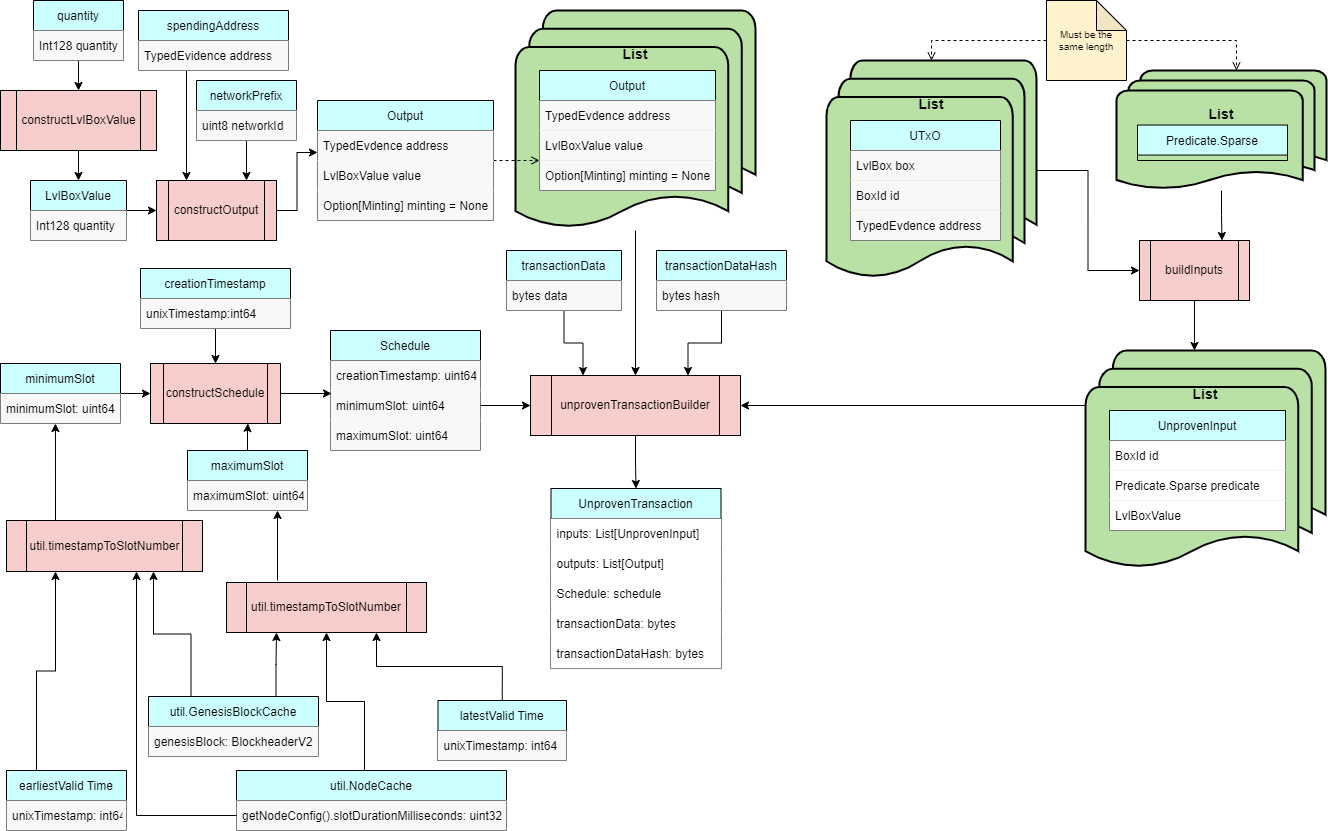
The draw.io diagram docs/Modules/NativeTransactor/transaction_builder.drawio.png in Topl/BramblSc-docs, before a commit. Source tidied: cells renumbered, new cells last; positions are measured from the earlier drawing's top-left corner, leaving out a move shared by most shapes.
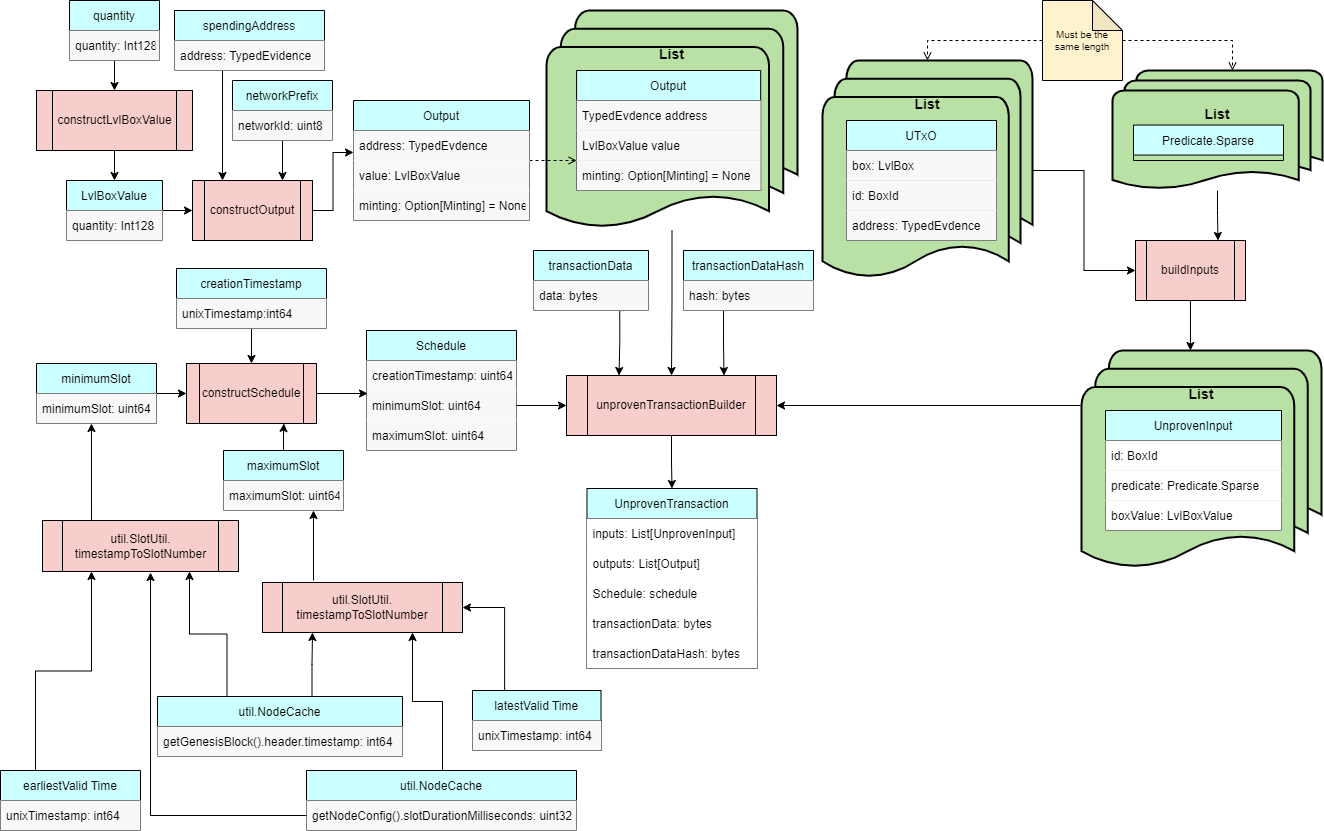
Later version of the same file.

Commit message:
slot number to timestamp

Change to the diagram source:
```diff
@@ -59,3 +59,3 @@
     <mxCell id="20" style="group;" parent="1" vertex="1">
-      <mxGeometry x="826" y="60" width="210" height="220" as="geometry" />
+      <mxGeometry x="786" y="60" width="210" height="220" as="geometry" />
     </mxCell>
@@ -67,9 +67,9 @@
     </mxCell>
-    <mxCell id="23" value="LvlBox box" style="text;strokeColor=none;fillColor=#F8F8F8;align=left;verticalAlign=middle;spacingLeft=4;spacingRight=4;overflow=hidden;" parent="22" vertex="1">
+    <mxCell id="23" value="box: LvlBox" style="text;strokeColor=none;fillColor=#F8F8F8;align=left;verticalAlign=middle;spacingLeft=4;spacingRight=4;overflow=hidden;" parent="22" vertex="1">
       <mxGeometry y="30" width="150" height="30" as="geometry" />
     </mxCell>
-    <mxCell id="24" value="BoxId id" style="text;strokeColor=none;fillColor=#F8F8F8;align=left;verticalAlign=middle;spacingLeft=4;spacingRight=4;overflow=hidden;" parent="22" vertex="1">
+    <mxCell id="24" value="id: BoxId" style="text;strokeColor=none;fillColor=#F8F8F8;align=left;verticalAlign=middle;spacingLeft=4;spacingRight=4;overflow=hidden;" parent="22" vertex="1">
       <mxGeometry y="60" width="150" height="30" as="geometry" />
     </mxCell>
-    <mxCell id="25" value="TypedEvdence address" style="text;strokeColor=none;fillColor=#F8F8F8;align=left;verticalAlign=middle;spacingLeft=4;spacingRight=4;overflow=hidden;" parent="22" vertex="1">
+    <mxCell id="25" value="address: TypedEvdence" style="text;strokeColor=none;fillColor=#F8F8F8;align=left;verticalAlign=middle;spacingLeft=4;spacingRight=4;overflow=hidden;" parent="22" vertex="1">
       <mxGeometry y="90" width="150" height="30" as="geometry" />
@@ -77,18 +77,18 @@
     <mxCell id="26" style="group;" parent="1" vertex="1">
-      <mxGeometry x="515" y="10" width="240" height="220" as="geometry" />
+      <mxGeometry x="515" y="10" width="251" height="220" as="geometry" />
     </mxCell>
     <mxCell id="27" value="&lt;font style=&quot;&quot;&gt;&lt;font style=&quot;font-size: 10px;&quot;&gt;&lt;br&gt;&lt;/font&gt;&lt;br&gt;&lt;/font&gt;&lt;font style=&quot;font-size: 14px;&quot;&gt;&lt;b&gt;List&lt;/b&gt;&lt;/font&gt;" style="strokeWidth=2;html=1;shape=mxgraph.flowchart.multi-document;whiteSpace=wrap;fillColor=#B9E0A5;verticalAlign=top;" parent="26" vertex="1">
-      <mxGeometry width="240" height="220" as="geometry" />
+      <mxGeometry x="-5" width="251" height="220" as="geometry" />
     </mxCell>
     <mxCell id="28" value="Output" style="swimlane;fontStyle=0;horizontal=1;startSize=30;fillColor=#CCFFFF;" parent="26" vertex="1">
-      <mxGeometry x="24" y="60" width="176" height="120" as="geometry" />
+      <mxGeometry x="25.1" y="60" width="184.1" height="120" as="geometry" />
     </mxCell>
     <mxCell id="29" value="TypedEvdence address" style="text;strokeColor=none;fillColor=#F8F8F8;align=left;verticalAlign=middle;spacingLeft=4;spacingRight=4;overflow=hidden;" parent="28" vertex="1">
-      <mxGeometry y="30" width="176" height="30" as="geometry" />
+      <mxGeometry y="30" width="184.1" height="30" as="geometry" />
     </mxCell>
     <mxCell id="30" value="LvlBoxValue value" style="text;strokeColor=none;fillColor=#F8F8F8;align=left;verticalAlign=middle;spacingLeft=4;spacingRight=4;overflow=hidden;" parent="28" vertex="1">
-      <mxGeometry y="60" width="176" height="30" as="geometry" />
+      <mxGeometry y="60" width="184.1" height="30" as="geometry" />
     </mxCell>
-    <mxCell id="31" value="Option[Minting] minting = None" style="text;strokeColor=none;fillColor=#F8F8F8;align=left;verticalAlign=middle;spacingLeft=4;spacingRight=4;overflow=hidden;" parent="28" vertex="1">
-      <mxGeometry y="90" width="176" height="30" as="geometry" />
+    <mxCell id="31" value="minting: Option[Minting] = None" style="text;strokeColor=none;fillColor=#F8F8F8;align=left;verticalAlign=middle;spacingLeft=4;spacingRight=4;overflow=hidden;" parent="28" vertex="1">
+      <mxGeometry y="90" width="184.1" height="30" as="geometry" />
     </mxCell>
@@ -103,3 +103,3 @@
     </mxCell>
-    <mxCell id="35" value="Int128 quantity" style="text;strokeColor=none;fillColor=#F8F8F8;align=left;verticalAlign=middle;spacingLeft=4;spacingRight=4;overflow=hidden;" parent="34" vertex="1">
+    <mxCell id="35" value="quantity: Int128" style="text;strokeColor=none;fillColor=#F8F8F8;align=left;verticalAlign=middle;spacingLeft=4;spacingRight=4;overflow=hidden;" parent="34" vertex="1">
       <mxGeometry y="30" width="90" height="30" as="geometry" />
@@ -118,3 +118,3 @@
     </mxCell>
-    <mxCell id="40" value="Int128 quantity" style="text;strokeColor=none;fillColor=#F8F8F8;align=left;verticalAlign=middle;spacingLeft=4;spacingRight=4;overflow=hidden;" parent="39" vertex="1">
+    <mxCell id="40" value="quantity: Int128" style="text;strokeColor=none;fillColor=#F8F8F8;align=left;verticalAlign=middle;spacingLeft=4;spacingRight=4;overflow=hidden;" parent="39" vertex="1">
       <mxGeometry y="30" width="96" height="30" as="geometry" />
@@ -133,3 +133,3 @@
     </mxCell>
-    <mxCell id="45" value="TypedEvidence address" style="text;strokeColor=none;fillColor=#F8F8F8;align=left;verticalAlign=middle;spacingLeft=4;spacingRight=4;overflow=hidden;points=[[0,0.5],[1,0.5]];portConstraint=eastwest;" parent="44" vertex="1">
+    <mxCell id="45" value="address: TypedEvidence" style="text;strokeColor=none;fillColor=#F8F8F8;align=left;verticalAlign=middle;spacingLeft=4;spacingRight=4;overflow=hidden;points=[[0,0.5],[1,0.5]];portConstraint=eastwest;" parent="44" vertex="1">
       <mxGeometry y="30" width="150" height="30" as="geometry" />
@@ -142,3 +142,3 @@
     </mxCell>
-    <mxCell id="48" value="uint8 networkId" style="text;strokeColor=none;fillColor=#F8F8F8;align=left;verticalAlign=middle;spacingLeft=4;spacingRight=4;overflow=hidden;" parent="47" vertex="1">
+    <mxCell id="48" value="networkId: uint8" style="text;strokeColor=none;fillColor=#F8F8F8;align=left;verticalAlign=middle;spacingLeft=4;spacingRight=4;overflow=hidden;" parent="47" vertex="1">
       <mxGeometry y="30" width="100" height="30" as="geometry" />
@@ -151,9 +151,9 @@
     </mxCell>
-    <mxCell id="51" value="TypedEvdence address" style="text;strokeColor=none;fillColor=#F8F8F8;align=left;verticalAlign=middle;spacingLeft=4;spacingRight=4;overflow=hidden;points=[[0,0.5],[1,0.5]];portConstraint=eastwest;" parent="50" vertex="1">
+    <mxCell id="51" value="address: TypedEvdence" style="text;strokeColor=none;fillColor=#F8F8F8;align=left;verticalAlign=middle;spacingLeft=4;spacingRight=4;overflow=hidden;points=[[0,0.5],[1,0.5]];portConstraint=eastwest;" parent="50" vertex="1">
       <mxGeometry y="30" width="176" height="30" as="geometry" />
     </mxCell>
-    <mxCell id="52" value="LvlBoxValue value" style="text;strokeColor=none;fillColor=#F8F8F8;align=left;verticalAlign=middle;spacingLeft=4;spacingRight=4;overflow=hidden;" parent="50" vertex="1">
+    <mxCell id="52" value="value: LvlBoxValue" style="text;strokeColor=none;fillColor=#F8F8F8;align=left;verticalAlign=middle;spacingLeft=4;spacingRight=4;overflow=hidden;" parent="50" vertex="1">
       <mxGeometry y="60" width="176" height="30" as="geometry" />
     </mxCell>
-    <mxCell id="53" value="Option[Minting] minting = None" style="text;strokeColor=none;fillColor=#F8F8F8;align=left;verticalAlign=middle;spacingLeft=4;spacingRight=4;overflow=hidden;" parent="50" vertex="1">
+    <mxCell id="53" value="minting: Option[Minting] = None" style="text;strokeColor=none;fillColor=#F8F8F8;align=left;verticalAlign=middle;spacingLeft=4;spacingRight=4;overflow=hidden;" parent="50" vertex="1">
       <mxGeometry y="90" width="176" height="30" as="geometry" />
@@ -164,3 +164,3 @@
     <mxCell id="55" value="&lt;font style=&quot;&quot;&gt;&lt;font style=&quot;font-size: 10px;&quot;&gt;&lt;br&gt;&lt;/font&gt;&lt;br&gt;&lt;/font&gt;&lt;font style=&quot;font-size: 14px;&quot;&gt;&lt;b&gt;List&lt;/b&gt;&lt;/font&gt;" style="strokeWidth=2;html=1;shape=mxgraph.flowchart.multi-document;whiteSpace=wrap;fillColor=#B9E0A5;verticalAlign=top;" parent="1" vertex="1">
-      <mxGeometry x="1116" y="70" width="210" height="120" as="geometry" />
+      <mxGeometry x="1076" y="70" width="210" height="120" as="geometry" />
     </mxCell>
@@ -171,5 +171,5 @@
       <mxGeometry relative="1" as="geometry">
-        <mxPoint x="1236" y="70" as="targetPoint" />
+        <mxPoint x="1196" y="70" as="targetPoint" />
         <Array as="points">
-          <mxPoint x="1236" y="40" />
+          <mxPoint x="1196" y="40" />
         </Array>
@@ -178,6 +178,6 @@
     <mxCell id="58" value="Must be the same length" style="shape=note;whiteSpace=wrap;html=1;backgroundOutline=1;darkOpacity=0.05;fontSize=10;fillColor=#FFF2CC;" parent="1" vertex="1">
-      <mxGeometry x="1046" width="80" height="80" as="geometry" />
+      <mxGeometry x="1006" width="80" height="80" as="geometry" />
     </mxCell>
     <mxCell id="59" style="group;" parent="1" vertex="1">
-      <mxGeometry x="1086" y="70" width="210" height="150" as="geometry" />
+      <mxGeometry x="1046" y="70" width="210" height="150" as="geometry" />
     </mxCell>
@@ -190,3 +190,3 @@
     <mxCell id="62" value="buildInputs" style="shape=process;whiteSpace=wrap;html=1;backgroundOutline=1;fillColor=#F8CECC;" parent="1" vertex="1">
-      <mxGeometry x="1139" y="240" width="110" height="60" as="geometry" />
+      <mxGeometry x="1099" y="240" width="110" height="60" as="geometry" />
     </mxCell>
@@ -196,3 +196,3 @@
     <mxCell id="64" style="group;" parent="1" vertex="1">
-      <mxGeometry x="1085" y="350" width="240" height="220" as="geometry" />
+      <mxGeometry x="1045" y="350" width="240" height="220" as="geometry" />
     </mxCell>
@@ -204,9 +204,9 @@
     </mxCell>
-    <mxCell id="67" value="BoxId id" style="text;strokeColor=none;fillColor=#FFFFFF;align=left;verticalAlign=middle;spacingLeft=4;spacingRight=4;overflow=hidden;" parent="66" vertex="1">
+    <mxCell id="67" value="id: BoxId" style="text;strokeColor=none;fillColor=#FFFFFF;align=left;verticalAlign=middle;spacingLeft=4;spacingRight=4;overflow=hidden;" parent="66" vertex="1">
       <mxGeometry y="30" width="176" height="30" as="geometry" />
     </mxCell>
-    <mxCell id="68" value="Predicate.Sparse predicate   " style="text;strokeColor=none;fillColor=#FFFFFF;align=left;verticalAlign=middle;spacingLeft=4;spacingRight=4;overflow=hidden;" parent="66" vertex="1">
+    <mxCell id="68" value="predicate: Predicate.Sparse" style="text;strokeColor=none;fillColor=#FFFFFF;align=left;verticalAlign=middle;spacingLeft=4;spacingRight=4;overflow=hidden;" parent="66" vertex="1">
       <mxGeometry y="60" width="176" height="30" as="geometry" />
     </mxCell>
-    <mxCell id="69" value="LvlBoxValue" style="text;strokeColor=none;fillColor=#FFFFFF;align=left;verticalAlign=middle;spacingLeft=4;spacingRight=4;overflow=hidden;" parent="66" vertex="1">
+    <mxCell id="69" value="boxValue: LvlBoxValue" style="text;strokeColor=none;fillColor=#FFFFFF;align=left;verticalAlign=middle;spacingLeft=4;spacingRight=4;overflow=hidden;" parent="66" vertex="1">
       <mxGeometry y="90" width="176" height="30" as="geometry" />
@@ -216,3 +216,3 @@
     </mxCell>
-    <mxCell id="71" style="edgeStyle=orthogonalEdgeStyle;rounded=0;jettySize=auto;html=1;entryX=0.25;entryY=0;entryDx=0;entryDy=0;fontSize=10;endArrow=classic;endFill=1;" parent="1" edge="1" source="72" target="3">
+    <mxCell id="71" style="edgeStyle=orthogonalEdgeStyle;rounded=0;jettySize=auto;html=1;entryX=0.25;entryY=0;entryDx=0;entryDy=0;fontSize=10;endArrow=classic;endFill=1;exitX=0.75;exitY=1;exitDx=0;exitDy=0;" parent="1" edge="1" source="72" target="3">
       <mxGeometry relative="1" as="geometry" />
@@ -220,8 +220,8 @@
     <mxCell id="72" value="transactionData" style="swimlane;fontStyle=0;horizontal=1;startSize=30;fillColor=#CCFFFF;" parent="1" vertex="1">
-      <mxGeometry x="506" y="250" width="115" height="60" as="geometry" />
+      <mxGeometry x="497" y="250" width="115" height="60" as="geometry" />
     </mxCell>
-    <mxCell id="73" value="bytes data" style="text;strokeColor=none;fillColor=#F8F8F8;align=left;verticalAlign=middle;spacingLeft=4;spacingRight=4;overflow=hidden;" parent="72" vertex="1">
+    <mxCell id="73" value="data: bytes" style="text;strokeColor=none;fillColor=#F8F8F8;align=left;verticalAlign=middle;spacingLeft=4;spacingRight=4;overflow=hidden;" parent="72" vertex="1">
       <mxGeometry y="30" width="115" height="30" as="geometry" />
     </mxCell>
-    <mxCell id="74" style="edgeStyle=orthogonalEdgeStyle;rounded=0;jettySize=auto;html=1;entryX=0.75;entryY=0;entryDx=0;entryDy=0;fontSize=10;endArrow=classic;endFill=1;" parent="1" edge="1" source="75" target="3">
+    <mxCell id="74" style="edgeStyle=orthogonalEdgeStyle;rounded=0;jettySize=auto;html=1;entryX=0.75;entryY=0;entryDx=0;entryDy=0;fontSize=10;endArrow=classic;endFill=1;exitX=0.308;exitY=1;exitDx=0;exitDy=0;exitPerimeter=0;" parent="1" edge="1" source="76" target="3">
       <mxGeometry relative="1" as="geometry" />
@@ -229,5 +229,5 @@
     <mxCell id="75" value="transactionDataHash" style="swimlane;fontStyle=0;horizontal=1;startSize=30;fillColor=#CCFFFF;" parent="1" vertex="1">
-      <mxGeometry x="656" y="250" width="130" height="60" as="geometry" />
+      <mxGeometry x="647" y="250" width="130" height="60" as="geometry" />
     </mxCell>
-    <mxCell id="76" value="bytes hash" style="text;strokeColor=none;fillColor=#F8F8F8;align=left;verticalAlign=middle;spacingLeft=4;spacingRight=4;overflow=hidden;points=[[0,0.5],[1,0.5]];portConstraint=eastwest;" parent="75" vertex="1">
+    <mxCell id="76" value="hash: bytes" style="text;strokeColor=none;fillColor=#F8F8F8;align=left;verticalAlign=middle;spacingLeft=4;spacingRight=4;overflow=hidden;points=[[0,0.5],[1,0.5]];portConstraint=eastwest;" parent="75" vertex="1">
       <mxGeometry y="30" width="130" height="30" as="geometry" />
@@ -253,3 +253,3 @@
     <mxCell id="83" value="latestValid Time" style="swimlane;fontStyle=0;horizontal=1;startSize=30;fillColor=#CCFFFF;" parent="1" vertex="1">
-      <mxGeometry x="437.5" y="700" width="128.5" height="60" as="geometry" />
+      <mxGeometry x="436" y="690" width="128.5" height="60" as="geometry" />
     </mxCell>
@@ -263,7 +263,11 @@
     </mxCell>
-    <mxCell id="86" value="util.timestampToSlotNumber" style="shape=process;whiteSpace=wrap;html=1;backgroundOutline=1;fillColor=#F8CECC;" parent="1" vertex="1">
+    <mxCell id="86" value="util.SlotUtil.&lt;br&gt;timestampToSlotNumber" style="shape=process;whiteSpace=wrap;html=1;backgroundOutline=1;fillColor=#F8CECC;" parent="1" vertex="1">
       <mxGeometry x="226" y="582" width="200" height="50" as="geometry" />
     </mxCell>
-    <mxCell id="87" style="edgeStyle=orthogonalEdgeStyle;rounded=0;jettySize=auto;html=1;fontSize=18;endArrow=classic;endFill=1;exitX=0.5;exitY=0;exitDx=0;exitDy=0;entryX=0.75;entryY=1;entryDx=0;entryDy=0;" parent="1" edge="1" source="83" target="86">
-      <mxGeometry relative="1" as="geometry" />
+    <mxCell id="87" style="edgeStyle=orthogonalEdgeStyle;rounded=0;jettySize=auto;html=1;fontSize=18;endArrow=classic;endFill=1;entryX=1;entryY=0.5;entryDx=0;entryDy=0;exitX=0.25;exitY=0;exitDx=0;exitDy=0;" parent="1" edge="1" source="83" target="86">
+      <mxGeometry relative="1" as="geometry">
+        <Array as="points">
+          <mxPoint x="468" y="607" />
+        </Array>
+      </mxGeometry>
     </mxCell>
@@ -272,3 +276,3 @@
     </mxCell>
-    <mxCell id="89" value="util.timestampToSlotNumber" style="shape=process;whiteSpace=wrap;html=1;backgroundOutline=1;fillColor=#F8CECC;" parent="1" vertex="1">
+    <mxCell id="89" value="util.SlotUtil.&lt;br&gt;timestampToSlotNumber" style="shape=process;whiteSpace=wrap;html=1;backgroundOutline=1;fillColor=#F8CECC;" parent="1" vertex="1">
       <mxGeometry x="6" y="520" width="196" height="51" as="geometry" />
@@ -279,24 +283,29 @@
     <mxCell id="91" value="earliestValid Time" style="swimlane;fontStyle=0;horizontal=1;startSize=30;fillColor=#CCFFFF;" parent="1" vertex="1">
-      <mxGeometry x="6" y="770" width="120" height="60" as="geometry" />
+      <mxGeometry x="-36" y="770" width="140" height="60" as="geometry" />
     </mxCell>
     <mxCell id="92" value="unixTimestamp: int64" style="text;strokeColor=none;fillColor=#F8F8F8;align=left;verticalAlign=middle;spacingLeft=4;spacingRight=4;overflow=hidden;" parent="91" vertex="1">
-      <mxGeometry y="30" width="120" height="30" as="geometry" />
+      <mxGeometry y="30" width="140" height="30" as="geometry" />
     </mxCell>
-    <mxCell id="93" style="edgeStyle=orthogonalEdgeStyle;rounded=0;jettySize=auto;html=1;entryX=0.25;entryY=1;entryDx=0;entryDy=0;exitX=0.75;exitY=0;exitDx=0;exitDy=0;" parent="1" edge="1" source="95" target="86">
-      <mxGeometry relative="1" as="geometry" />
+    <mxCell id="93" style="edgeStyle=orthogonalEdgeStyle;rounded=0;jettySize=auto;html=1;entryX=0.25;entryY=1;entryDx=0;entryDy=0;exitX=0.75;exitY=0;exitDx=0;exitDy=0;" parent="1" edge="1" target="86">
+      <mxGeometry relative="1" as="geometry">
+        <mxPoint x="275.5" y="696" as="sourcePoint" />
+      </mxGeometry>
     </mxCell>
-    <mxCell id="94" style="edgeStyle=orthogonalEdgeStyle;rounded=0;jettySize=auto;html=1;entryX=0.75;entryY=1;entryDx=0;entryDy=0;exitX=0.25;exitY=0;exitDx=0;exitDy=0;" parent="1" edge="1" source="95" target="89">
-      <mxGeometry relative="1" as="geometry" />
+    <mxCell id="94" style="edgeStyle=orthogonalEdgeStyle;rounded=0;jettySize=auto;html=1;entryX=0.75;entryY=1;entryDx=0;entryDy=0;exitX=0.25;exitY=0;exitDx=0;exitDy=0;" parent="1" edge="1" target="89">
+      <mxGeometry relative="1" as="geometry">
+        <mxPoint x="190.5" y="696" as="sourcePoint" />
+      </mxGeometry>
     </mxCell>
-    <mxCell id="95" value="util.GenesisBlockCache" style="swimlane;fontStyle=0;horizontal=1;startSize=30;fillColor=#CCFFFF;" parent="1" vertex="1">
-      <mxGeometry x="148" y="696" width="170" height="60" as="geometry" />
+    <mxCell id="95" value="util.NodeCache" style="swimlane;fontStyle=0;horizontal=1;startSize=30;fillColor=#CCFFFF;" parent="1" vertex="1">
+      <mxGeometry x="121" y="696" width="245" height="60" as="geometry" />
     </mxCell>
-    <mxCell id="96" value="genesisBlock: BlockheaderV2" style="text;strokeColor=none;fillColor=#F8F8F8;align=left;verticalAlign=middle;spacingLeft=4;spacingRight=4;overflow=hidden;" parent="95" vertex="1">
-      <mxGeometry y="30" width="170" height="30" as="geometry" />
+    <mxCell id="96" value="getGenesisBlock().header.timestamp: int64" style="text;strokeColor=none;fillColor=#F8F8F8;align=left;verticalAlign=middle;spacingLeft=4;spacingRight=4;overflow=hidden;" parent="95" vertex="1">
+      <mxGeometry y="30" width="245" height="30" as="geometry" />
     </mxCell>
-    <mxCell id="97" style="edgeStyle=orthogonalEdgeStyle;rounded=0;jettySize=auto;html=1;entryX=0.5;entryY=1;entryDx=0;entryDy=0;exitX=0.75;exitY=0;exitDx=0;exitDy=0;" parent="1" edge="1" source="98" target="86">
+    <mxCell id="97" style="edgeStyle=orthogonalEdgeStyle;rounded=0;jettySize=auto;html=1;entryX=0.75;entryY=1;entryDx=0;entryDy=0;exitX=0.5;exitY=0;exitDx=0;exitDy=0;" parent="1" edge="1" source="98" target="86">
       <mxGeometry relative="1" as="geometry">
         <Array as="points">
-          <mxPoint x="364" y="701" />
-          <mxPoint x="326" y="701" />
+          <mxPoint x="406" y="770" />
+          <mxPoint x="406" y="701" />
+          <mxPoint x="376" y="701" />
         </Array>
@@ -305,3 +314,3 @@
     <mxCell id="98" value="util.NodeCache" style="swimlane;fontStyle=0;horizontal=1;startSize=30;fillColor=#CCFFFF;" parent="1" vertex="1">
-      <mxGeometry x="236" y="770" width="270" height="60" as="geometry" />
+      <mxGeometry x="270" y="770" width="270" height="60" as="geometry" />
     </mxCell>
@@ -310,6 +319,6 @@
     </mxCell>
-    <mxCell id="100" style="edgeStyle=orthogonalEdgeStyle;rounded=0;jettySize=auto;html=1;" parent="1" edge="1" source="99" target="89">
+    <mxCell id="100" style="edgeStyle=orthogonalEdgeStyle;rounded=0;jettySize=auto;html=1;entryX=0.551;entryY=1.02;entryDx=0;entryDy=0;entryPerimeter=0;" parent="1" edge="1" source="99" target="89">
       <mxGeometry relative="1" as="geometry">
         <Array as="points">
-          <mxPoint x="136" y="815" />
+          <mxPoint x="114" y="815" />
         </Array>
```
